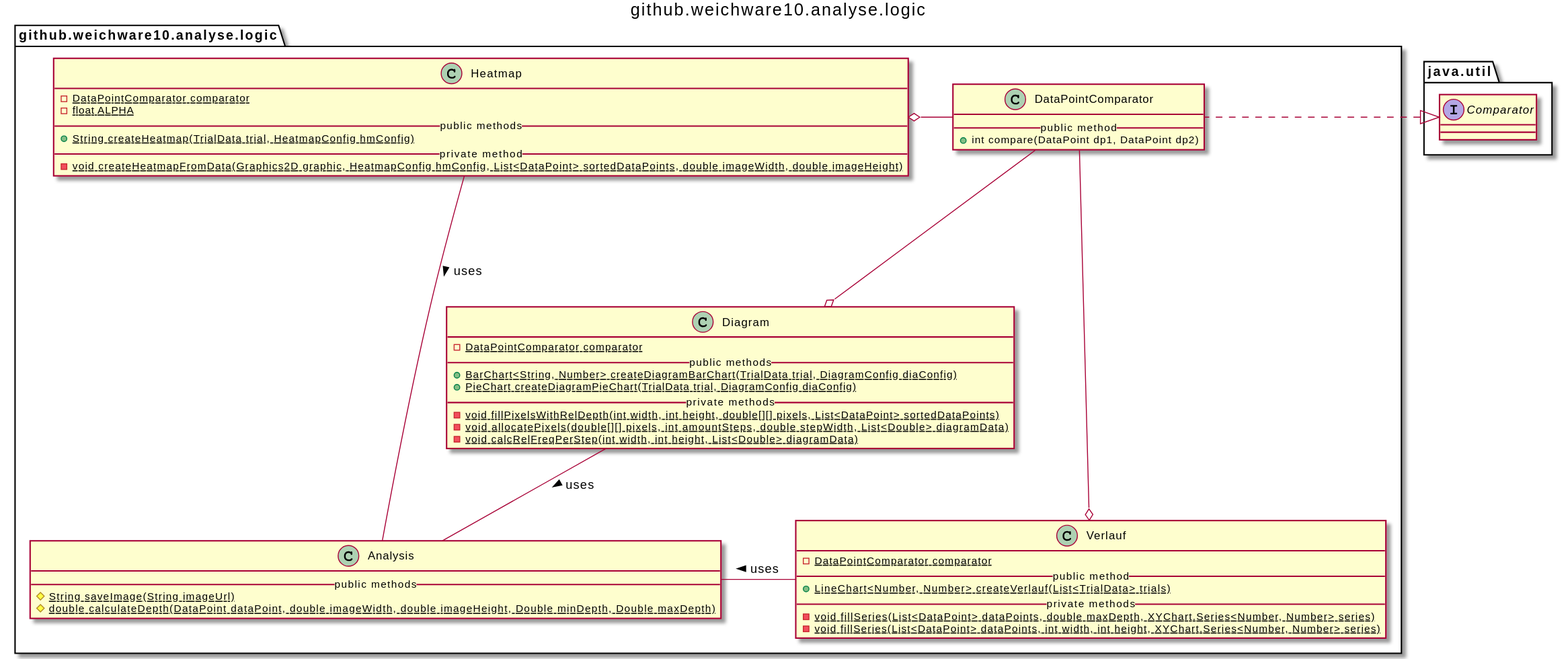
Earlier version of the PlantUML export uml-class/analyse/logic/github.weichware10.analyse.logic.svg (weichware-10/dokumente). The source it was exported from:
```plantuml
@startuml
title github.weichware10.analyse.logic

package github.weichware10.analyse.logic {

    class github.weichware10.analyse.logic.Analysis {
        __public methods__
        {static}# String saveImage(String imageUrl)
        {static}# double calculateDepth(DataPoint dataPoint, double imageWidth, double imageHeight, Double minDepth, Double maxDepth)
    }

    class github.weichware10.analyse.logic.DataPointComparator {
        __public method__
        + int compare(DataPoint dp1, DataPoint dp2)
    }

    class github.weichware10.analyse.logic.Diagram {
        {static}- DataPointComparator comparator
        __public methods__
        {static}+ BarChart<String, Number> createDiagramBarChart(TrialData trial, DiagramConfig diaConfig)
        {static}+ PieChart createDiagramPieChart(TrialData trial, DiagramConfig diaConfig)
        __private methods__
        {static}- void fillPixelsWithRelDepth(int width, int height, double[][] pixels, List<DataPoint> sortedDataPoints)
        {static}- void allocatePixels(double[][] pixels, int amountSteps, double stepWidth, List<Double> diagramData)
        {static}- void calcRelFreqPerStep(int width, int height, List<Double> diagramData)
    }

    class github.weichware10.analyse.logic.Heatmap {
        {static}- DataPointComparator comparator
        {static}- float ALPHA
        __public methods__
        {static}+ String createHeatmap(TrialData trial, HeatmapConfig hmConfig)
        __private method__
        {static}- void createHeatmapFromData(Graphics2D graphic, HeatmapConfig hmConfig, List<DataPoint> sortedDataPoints, double imageWidth, double imageHeight)
    }

    class github.weichware10.analyse.logic.Verlauf {
        {static}- DataPointComparator comparator
        __public method__
        {static}+ LineChart<Number, Number> createVerlauf(List<TrialData> trials)
        __private methods__
        {static}- void fillSeries(List<DataPoint> dataPoints, double maxDepth, XYChart.Series<Number, Number> series)
        {static}- void fillSeries(List<DataPoint> dataPoints, int width, int height, XYChart.Series<Number, Number> series)
    }

}

github.weichware10.analyse.logic.Diagram o-u-- github.weichware10.analyse.logic.DataPointComparator
github.weichware10.analyse.logic.Heatmap o-r-- github.weichware10.analyse.logic.DataPointComparator
github.weichware10.analyse.logic.Verlauf o-d-- github.weichware10.analyse.logic.DataPointComparator
github.weichware10.analyse.logic.Diagram -d- github.weichware10.analyse.logic.Analysis : > uses
github.weichware10.analyse.logic.Heatmap -l- github.weichware10.analyse.logic.Analysis : > uses
github.weichware10.analyse.logic.Verlauf -l- github.weichware10.analyse.logic.Analysis : > uses

interface java.util.Comparator
java.util.Comparator <|.r. github.weichware10.analyse.logic.DataPointComparator
@enduml
```
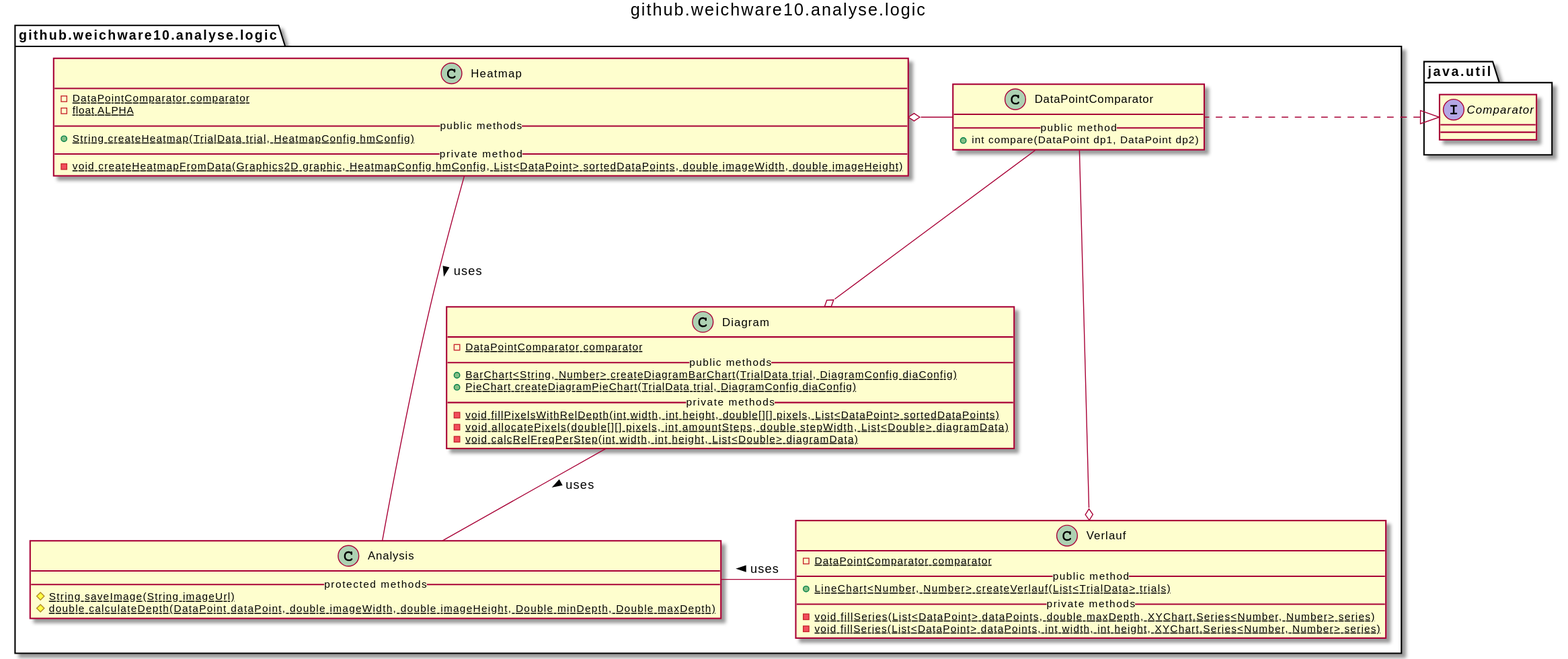
The same file after the commit.

Commit message:
[chore] rendered SVGs

Change to the diagram source:
```diff
@@ -4,7 +4,7 @@
 package github.weichware10.analyse.logic {
 
     class github.weichware10.analyse.logic.Analysis {
-        __public methods__
+        __protected methods__
         {static}# String saveImage(String imageUrl)
         {static}# double calculateDepth(DataPoint dataPoint, double imageWidth, double imageHeight, Double minDepth, Double maxDepth)
     }
```
